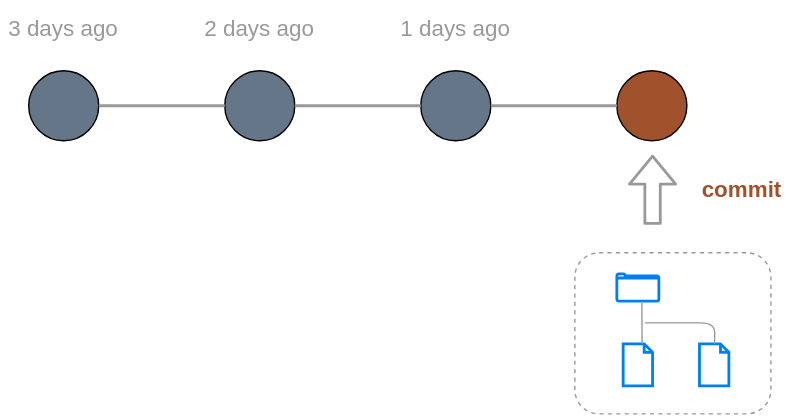
Above: slidev/drawio/git_history.svg in kazuyanagimoto/github-workshop (draw.io), before the change. Source tidied: cells renumbered, new cells last; positions are measured from the earlier drawing's top-left corner, leaving out a move shared by most shapes.
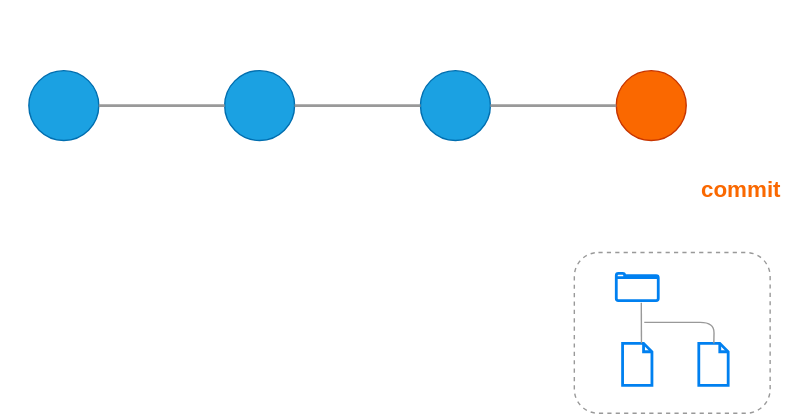
The same diagram one commit later.

Change to the diagram source:
```diff
@@ -2,16 +2,16 @@
   <root>
     <mxCell id="0" />
     <mxCell id="1" parent="0" />
-    <mxCell id="2" style="ellipse;whiteSpace=wrap;html=1;fillColor=#647687;fontColor=#ffffff;strokeColor=#000000;" parent="1" vertex="1">
+    <mxCell id="2" style="ellipse;whiteSpace=wrap;html=1;fillColor=#1ba1e2;fontColor=#ffffff;strokeColor=#006EAF;" parent="1" vertex="1">
       <mxGeometry x="20" y="50" width="50" height="50" as="geometry" />
     </mxCell>
-    <mxCell id="3" style="ellipse;whiteSpace=wrap;html=1;fillColor=#647687;fontColor=#ffffff;strokeColor=#000000;" parent="1" vertex="1">
+    <mxCell id="3" style="ellipse;whiteSpace=wrap;html=1;fillColor=#1ba1e2;fontColor=#ffffff;strokeColor=#006EAF;" parent="1" vertex="1">
       <mxGeometry x="160" y="50" width="50" height="50" as="geometry" />
     </mxCell>
-    <mxCell id="4" style="ellipse;whiteSpace=wrap;html=1;fillColor=#647687;fontColor=#ffffff;strokeColor=#000000;" parent="1" vertex="1">
+    <mxCell id="4" style="ellipse;whiteSpace=wrap;html=1;fillColor=#1ba1e2;fontColor=#ffffff;strokeColor=#006EAF;" parent="1" vertex="1">
       <mxGeometry x="300" y="50" width="50" height="50" as="geometry" />
     </mxCell>
-    <mxCell id="5" style="ellipse;whiteSpace=wrap;html=1;fontColor=#ffffff;strokeColor=#000000;fillColor=#A0522D;" parent="1" vertex="1">
+    <mxCell id="5" style="ellipse;whiteSpace=wrap;html=1;fontColor=#000000;strokeColor=#C73500;fillColor=#fa6800;" parent="1" vertex="1">
       <mxGeometry x="440" y="50" width="50" height="50" as="geometry" />
     </mxCell>
     <mxCell id="6" style="endArrow=none;html=1;exitX=1;exitY=0.5;exitDx=0;exitDy=0;entryX=0;entryY=0.5;entryDx=0;entryDy=0;strokeColor=#999999;strokeWidth=2;" parent="1" edge="1" source="2" target="3">
@@ -23,13 +23,13 @@
     <mxCell id="8" style="endArrow=none;html=1;entryX=0;entryY=0.5;entryDx=0;entryDy=0;exitX=1;exitY=0.5;exitDx=0;exitDy=0;strokeColor=#999999;strokeWidth=2;" parent="1" edge="1" source="4" target="5">
       <mxGeometry relative="1" as="geometry" />
     </mxCell>
-    <mxCell id="9" value="3 days ago" style="text;html=1;strokeColor=none;fillColor=none;align=center;verticalAlign=middle;whiteSpace=wrap;rounded=0;fontSize=16;fontColor=#999999;" parent="1" vertex="1">
+    <mxCell id="9" value="3 days ago" style="text;html=1;strokeColor=none;fillColor=none;align=center;verticalAlign=middle;whiteSpace=wrap;rounded=0;fontSize=16;fontColor=#FFFFFF;" parent="1" vertex="1">
       <mxGeometry width="90" height="40" as="geometry" />
     </mxCell>
-    <mxCell id="10" value="1 days ago" style="text;html=1;strokeColor=none;fillColor=none;align=center;verticalAlign=middle;whiteSpace=wrap;rounded=0;fontSize=16;fontColor=#999999;" parent="1" vertex="1">
+    <mxCell id="10" value="1 days ago" style="text;html=1;strokeColor=none;fillColor=none;align=center;verticalAlign=middle;whiteSpace=wrap;rounded=0;fontSize=16;fontColor=#FFFFFF;" parent="1" vertex="1">
       <mxGeometry x="280" width="90" height="40" as="geometry" />
     </mxCell>
-    <mxCell id="11" value="2 days ago" style="text;html=1;strokeColor=none;fillColor=none;align=center;verticalAlign=middle;whiteSpace=wrap;rounded=0;fontSize=16;fontColor=#999999;" parent="1" vertex="1">
+    <mxCell id="11" value="2 days ago" style="text;html=1;strokeColor=none;fillColor=none;align=center;verticalAlign=middle;whiteSpace=wrap;rounded=0;fontSize=16;fontColor=#FFFFFF;" parent="1" vertex="1">
       <mxGeometry x="140" width="90" height="40" as="geometry" />
     </mxCell>
     <mxCell id="12" style="rounded=1;whiteSpace=wrap;html=1;fontSize=16;strokeColor=#999999;dashed=1;fillColor=none;" parent="1" vertex="1">
@@ -57,13 +57,13 @@
         </Array>
       </mxGeometry>
     </mxCell>
-    <mxCell id="18" style="shape=flexArrow;endArrow=classic;html=1;fontSize=16;strokeWidth=2;strokeColor=#999999;" parent="1" edge="1">
+    <mxCell id="18" style="shape=flexArrow;endArrow=classic;html=1;fontSize=16;strokeWidth=2;fontColor=#FFFFFF;strokeColor=#FFFFFF;" parent="1" edge="1">
       <mxGeometry relative="1" as="geometry">
         <mxPoint x="465.5" y="160" as="sourcePoint" />
         <mxPoint x="465.5" y="110" as="targetPoint" />
       </mxGeometry>
     </mxCell>
-    <mxCell id="19" value="&lt;font color=&quot;#a0522d&quot;&gt;commit&lt;/font&gt;" style="text;html=1;strokeColor=none;fillColor=none;align=center;verticalAlign=middle;whiteSpace=wrap;rounded=0;dashed=1;fontSize=16;fontColor=#CC6600;fontStyle=1;" parent="1" vertex="1">
+    <mxCell id="19" value="&lt;font&gt;commit&lt;/font&gt;" style="text;html=1;strokeColor=none;fillColor=none;align=center;verticalAlign=middle;whiteSpace=wrap;rounded=0;dashed=1;fontSize=16;fontStyle=1;fontColor=#FA6800;" parent="1" vertex="1">
       <mxGeometry x="499" y="120" width="61" height="30" as="geometry" />
     </mxCell>
   </root>
```
